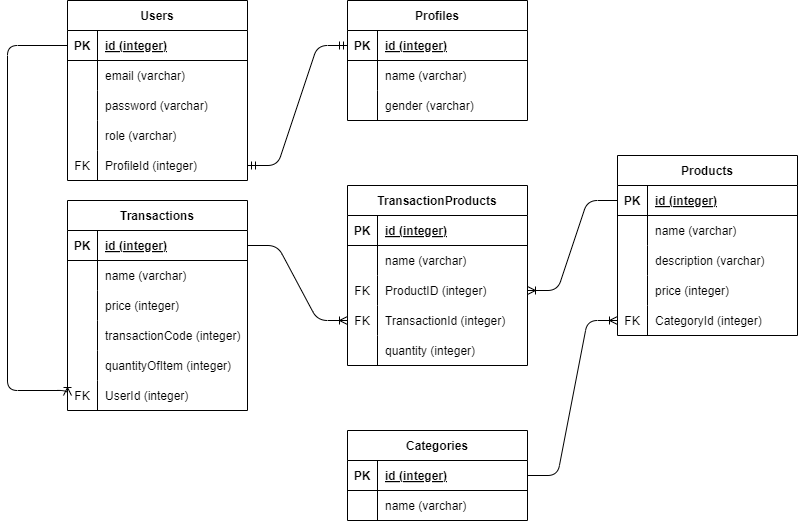
FildzaHadyan/Pair_Project_Ecommerce keeps this draw.io diagram as ERD.drawio.png. Above is the earlier version. Source tidied: cells renumbered, new cells last; positions are measured from the earlier drawing's top-left corner, leaving out a move shared by most shapes.
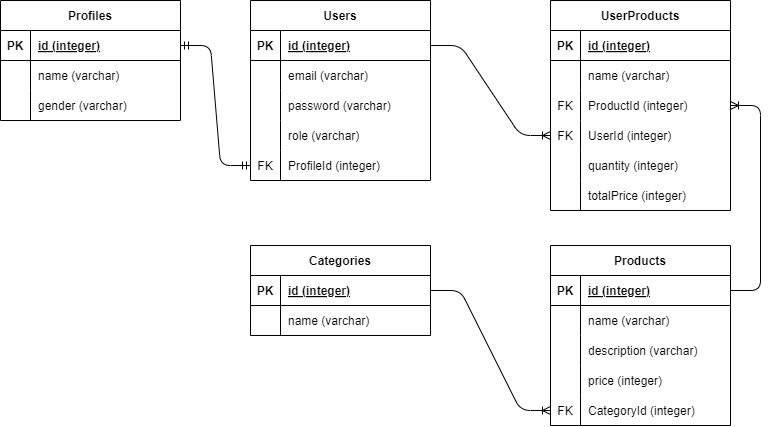
Above is the later version.

Diff of the diagram source:
```diff
@@ -3,7 +3,7 @@
     <mxCell id="0" />
     <mxCell id="1" parent="0" />
     <mxCell id="2" value="Users" style="shape=table;startSize=30;rowLines=0;fontStyle=1;align=center;" parent="1" vertex="1">
-      <mxGeometry x="60" width="180" height="180" as="geometry" />
+      <mxGeometry x="290" y="5" width="180" height="180" as="geometry" />
     </mxCell>
     <mxCell id="3" style="shape=tableRow;horizontal=0;startSize=0;swimlaneHead=0;swimlaneBody=0;fillColor=none;points=[[0,0.5],[1,0.5]];portConstraint=eastwest;top=0;left=0;right=0;bottom=1;" parent="2" vertex="1">
       <mxGeometry y="30" width="180" height="30" as="geometry" />
@@ -51,7 +51,7 @@
       <mxGeometry x="30" width="150" height="30" as="geometry" />
     </mxCell>
     <mxCell id="18" value="Profiles" style="shape=table;startSize=30;rowLines=0;fontStyle=1;align=center;" parent="1" vertex="1">
-      <mxGeometry x="340" width="180" height="120" as="geometry" />
+      <mxGeometry x="40" y="5" width="180" height="120" as="geometry" />
     </mxCell>
     <mxCell id="19" style="shape=tableRow;horizontal=0;startSize=0;swimlaneHead=0;swimlaneBody=0;fillColor=none;points=[[0,0.5],[1,0.5]];portConstraint=eastwest;top=0;left=0;right=0;bottom=1;" parent="18" vertex="1">
       <mxGeometry y="30" width="180" height="30" as="geometry" />
@@ -80,11 +80,8 @@
     <mxCell id="27" value="gender (varchar)" style="shape=partialRectangle;fillColor=none;top=0;left=0;bottom=0;right=0;align=left;spacingLeft=6;overflow=hidden;" parent="25" vertex="1">
       <mxGeometry x="30" width="150" height="30" as="geometry" />
     </mxCell>
-    <mxCell id="28" style="edgeStyle=entityRelationEdgeStyle;fontSize=12;html=1;endArrow=ERmandOne;startArrow=ERmandOne;exitX=1;exitY=0.5;exitDx=0;exitDy=0;entryX=0;entryY=0.5;entryDx=0;entryDy=0;" parent="1" edge="1" source="15" target="19">
-      <mxGeometry relative="1" as="geometry" />
-    </mxCell>
     <mxCell id="29" value="Categories" style="shape=table;startSize=30;rowLines=0;fontStyle=1;align=center;" parent="1" vertex="1">
-      <mxGeometry x="340" y="430" width="180" height="90" as="geometry" />
+      <mxGeometry x="290" y="250" width="180" height="90" as="geometry" />
     </mxCell>
     <mxCell id="30" style="shape=tableRow;horizontal=0;startSize=0;swimlaneHead=0;swimlaneBody=0;fillColor=none;points=[[0,0.5],[1,0.5]];portConstraint=eastwest;top=0;left=0;right=0;bottom=1;" parent="29" vertex="1">
       <mxGeometry y="30" width="180" height="30" as="geometry" />
@@ -104,8 +101,8 @@
     <mxCell id="35" value="name (varchar)" style="shape=partialRectangle;fillColor=none;top=0;left=0;bottom=0;right=0;align=left;spacingLeft=6;overflow=hidden;" parent="33" vertex="1">
       <mxGeometry x="30" width="150" height="30" as="geometry" />
     </mxCell>
-    <mxCell id="36" value="TransactionProducts" style="shape=table;startSize=30;rowLines=0;fontStyle=1;align=center;" parent="1" vertex="1">
-      <mxGeometry x="340" y="185" width="180" height="180" as="geometry" />
+    <mxCell id="36" value="UserProducts" style="shape=table;startSize=30;rowLines=0;fontStyle=1;align=center;" parent="1" vertex="1">
+      <mxGeometry x="590" y="5" width="180" height="210" as="geometry" />
     </mxCell>
     <mxCell id="37" style="shape=tableRow;horizontal=0;startSize=0;swimlaneHead=0;swimlaneBody=0;fillColor=none;top=0;left=0;right=0;bottom=1;" parent="36" vertex="1">
       <mxGeometry y="30" width="180" height="30" as="geometry" />
@@ -131,7 +128,7 @@
     <mxCell id="44" value="FK" style="shape=partialRectangle;fillColor=none;top=0;left=0;bottom=0;right=0;overflow=hidden;" parent="43" vertex="1">
       <mxGeometry width="30" height="30" as="geometry" />
     </mxCell>
-    <mxCell id="45" value="ProductID (integer)" style="shape=partialRectangle;fillColor=none;top=0;left=0;bottom=0;right=0;align=left;spacingLeft=6;overflow=hidden;" parent="43" vertex="1">
+    <mxCell id="45" value="ProductId (integer)" style="shape=partialRectangle;fillColor=none;top=0;left=0;bottom=0;right=0;align=left;spacingLeft=6;overflow=hidden;" parent="43" vertex="1">
       <mxGeometry x="30" width="150" height="30" as="geometry" />
     </mxCell>
     <mxCell id="46" style="shape=tableRow;horizontal=0;startSize=0;swimlaneHead=0;swimlaneBody=0;fillColor=none;points=[[0,0.5],[1,0.5]];portConstraint=eastwest;top=0;left=0;right=0;bottom=0;" parent="36" vertex="1">
@@ -140,7 +137,7 @@
     <mxCell id="47" value="FK" style="shape=partialRectangle;fillColor=none;top=0;left=0;bottom=0;right=0;overflow=hidden;" parent="46" vertex="1">
       <mxGeometry width="30" height="30" as="geometry" />
     </mxCell>
-    <mxCell id="48" value="TransactionId (integer)" style="shape=partialRectangle;fillColor=none;top=0;left=0;bottom=0;right=0;align=left;spacingLeft=6;overflow=hidden;" parent="46" vertex="1">
+    <mxCell id="48" value="UserId (integer)" style="shape=partialRectangle;fillColor=none;top=0;left=0;bottom=0;right=0;align=left;spacingLeft=6;overflow=hidden;" parent="46" vertex="1">
       <mxGeometry x="30" width="150" height="30" as="geometry" />
     </mxCell>
     <mxCell id="49" style="shape=tableRow;horizontal=0;startSize=0;swimlaneHead=0;swimlaneBody=0;fillColor=none;top=0;left=0;right=0;bottom=0;" parent="36" vertex="1">
@@ -152,8 +149,17 @@
     <mxCell id="51" value="quantity (integer)" style="shape=partialRectangle;fillColor=none;top=0;left=0;bottom=0;right=0;align=left;spacingLeft=6;overflow=hidden;" parent="49" vertex="1">
       <mxGeometry x="30" width="150" height="30" as="geometry" />
     </mxCell>
+    <mxCell id="84" style="shape=tableRow;horizontal=0;startSize=0;swimlaneHead=0;swimlaneBody=0;fillColor=none;points=[[0,0.5],[1,0.5]];portConstraint=eastwest;top=0;left=0;right=0;bottom=0;" parent="36" vertex="1">
+      <mxGeometry y="180" width="180" height="30" as="geometry" />
+    </mxCell>
+    <mxCell id="91" style="shape=partialRectangle;fillColor=none;top=0;left=0;bottom=0;right=0;overflow=hidden;" parent="84" vertex="1">
+      <mxGeometry width="30" height="30" as="geometry" />
+    </mxCell>
+    <mxCell id="92" value="totalPrice (integer)" style="shape=partialRectangle;fillColor=none;top=0;left=0;bottom=0;right=0;align=left;spacingLeft=6;overflow=hidden;" parent="84" vertex="1">
+      <mxGeometry x="30" width="150" height="30" as="geometry" />
+    </mxCell>
     <mxCell id="52" value="Products" style="shape=table;startSize=30;rowLines=0;fontStyle=1;align=center;" parent="1" vertex="1">
-      <mxGeometry x="610" y="155" width="180" height="180" as="geometry" />
+      <mxGeometry x="590" y="250" width="180" height="180" as="geometry" />
     </mxCell>
     <mxCell id="53" style="shape=tableRow;horizontal=0;startSize=0;swimlaneHead=0;swimlaneBody=0;fillColor=none;points=[[0,0.5],[1,0.5]];portConstraint=eastwest;top=0;left=0;right=0;bottom=1;" parent="52" vertex="1">
       <mxGeometry y="30" width="180" height="30" as="geometry" />
@@ -200,80 +206,22 @@
     <mxCell id="67" value="CategoryId (integer)" style="shape=partialRectangle;fillColor=none;top=0;left=0;bottom=0;right=0;align=left;spacingLeft=6;overflow=hidden;" parent="65" vertex="1">
       <mxGeometry x="30" width="150" height="30" as="geometry" />
     </mxCell>
-    <mxCell id="68" value="Transactions" style="shape=table;startSize=30;rowLines=0;fontStyle=1;align=center;" parent="1" vertex="1">
-      <mxGeometry x="60" y="200" width="180" height="210" as="geometry" />
-    </mxCell>
-    <mxCell id="69" style="shape=tableRow;horizontal=0;startSize=0;swimlaneHead=0;swimlaneBody=0;fillColor=none;points=[[0,0.5],[1,0.5]];portConstraint=eastwest;top=0;left=0;right=0;bottom=1;" parent="68" vertex="1">
-      <mxGeometry y="30" width="180" height="30" as="geometry" />
-    </mxCell>
-    <mxCell id="70" value="PK" style="shape=partialRectangle;fillColor=none;top=0;left=0;bottom=0;right=0;fontStyle=1;overflow=hidden;" parent="69" vertex="1">
-      <mxGeometry width="30" height="30" as="geometry" />
-    </mxCell>
-    <mxCell id="71" value="id (integer)" style="shape=partialRectangle;fillColor=none;top=0;left=0;bottom=0;right=0;align=left;spacingLeft=6;fontStyle=5;overflow=hidden;" parent="69" vertex="1">
-      <mxGeometry x="30" width="150" height="30" as="geometry" />
-    </mxCell>
-    <mxCell id="72" style="shape=tableRow;horizontal=0;startSize=0;swimlaneHead=0;swimlaneBody=0;fillColor=none;top=0;left=0;right=0;bottom=0;" parent="68" vertex="1">
-      <mxGeometry y="60" width="180" height="30" as="geometry" />
-    </mxCell>
-    <mxCell id="73" style="shape=partialRectangle;fillColor=none;top=0;left=0;bottom=0;right=0;overflow=hidden;" parent="72" vertex="1">
-      <mxGeometry width="30" height="30" as="geometry" />
-    </mxCell>
-    <mxCell id="74" value="name (varchar)" style="shape=partialRectangle;fillColor=none;top=0;left=0;bottom=0;right=0;align=left;spacingLeft=6;overflow=hidden;" parent="72" vertex="1">
-      <mxGeometry x="30" width="150" height="30" as="geometry" />
-    </mxCell>
-    <mxCell id="75" style="shape=tableRow;horizontal=0;startSize=0;swimlaneHead=0;swimlaneBody=0;fillColor=none;top=0;left=0;right=0;bottom=0;" parent="68" vertex="1">
-      <mxGeometry y="90" width="180" height="30" as="geometry" />
-    </mxCell>
-    <mxCell id="76" style="shape=partialRectangle;fillColor=none;top=0;left=0;bottom=0;right=0;overflow=hidden;" parent="75" vertex="1">
-      <mxGeometry width="30" height="30" as="geometry" />
-    </mxCell>
-    <mxCell id="77" value="price (integer)" style="shape=partialRectangle;fillColor=none;top=0;left=0;bottom=0;right=0;align=left;spacingLeft=6;overflow=hidden;" parent="75" vertex="1">
-      <mxGeometry x="30" width="150" height="30" as="geometry" />
-    </mxCell>
-    <mxCell id="78" style="shape=tableRow;horizontal=0;startSize=0;swimlaneHead=0;swimlaneBody=0;fillColor=none;top=0;left=0;right=0;bottom=0;" parent="68" vertex="1">
-      <mxGeometry y="120" width="180" height="30" as="geometry" />
-    </mxCell>
-    <mxCell id="79" style="shape=partialRectangle;fillColor=none;top=0;left=0;bottom=0;right=0;overflow=hidden;" parent="78" vertex="1">
-      <mxGeometry width="30" height="30" as="geometry" />
-    </mxCell>
-    <mxCell id="80" value="transactionCode (integer)" style="shape=partialRectangle;fillColor=none;top=0;left=0;bottom=0;right=0;align=left;spacingLeft=6;overflow=hidden;" parent="78" vertex="1">
-      <mxGeometry x="30" width="150" height="30" as="geometry" />
-    </mxCell>
-    <mxCell id="81" style="shape=tableRow;horizontal=0;startSize=0;swimlaneHead=0;swimlaneBody=0;fillColor=none;top=0;left=0;right=0;bottom=0;" parent="68" vertex="1">
-      <mxGeometry y="150" width="180" height="30" as="geometry" />
-    </mxCell>
-    <mxCell id="82" style="shape=partialRectangle;fillColor=none;top=0;left=0;bottom=0;right=0;overflow=hidden;" parent="81" vertex="1">
-      <mxGeometry width="30" height="30" as="geometry" />
-    </mxCell>
-    <mxCell id="83" value="quantityOfItem (integer)" style="shape=partialRectangle;fillColor=none;top=0;left=0;bottom=0;right=0;align=left;spacingLeft=6;overflow=hidden;" parent="81" vertex="1">
-      <mxGeometry x="30" width="150" height="30" as="geometry" />
-    </mxCell>
-    <mxCell id="84" style="shape=tableRow;horizontal=0;startSize=0;swimlaneHead=0;swimlaneBody=0;fillColor=none;points=[[0,0.5],[1,0.5]];portConstraint=eastwest;top=0;left=0;right=0;bottom=0;" parent="68" vertex="1">
-      <mxGeometry y="180" width="180" height="30" as="geometry" />
-    </mxCell>
-    <mxCell id="85" value="FK" style="shape=partialRectangle;fillColor=none;top=0;left=0;bottom=0;right=0;overflow=hidden;" parent="84" vertex="1">
-      <mxGeometry width="30" height="30" as="geometry" />
-    </mxCell>
-    <mxCell id="86" value="UserId (integer)" style="shape=partialRectangle;fillColor=none;top=0;left=0;bottom=0;right=0;align=left;spacingLeft=6;overflow=hidden;" parent="84" vertex="1">
-      <mxGeometry x="30" width="150" height="30" as="geometry" />
-    </mxCell>
-    <mxCell id="87" style="edgeStyle=orthogonalEdgeStyle;fontSize=12;html=1;endArrow=ERoneToMany;exitX=0;exitY=0.5;exitDx=0;exitDy=0;entryX=0;entryY=0.5;entryDx=0;entryDy=0;" parent="1" edge="1" source="3" target="84">
-      <mxGeometry relative="1" as="geometry">
-        <Array as="points">
-          <mxPoint y="45" />
-          <mxPoint y="390" />
-          <mxPoint x="60" y="390" />
-        </Array>
-      </mxGeometry>
-    </mxCell>
-    <mxCell id="88" style="edgeStyle=entityRelationEdgeStyle;fontSize=12;html=1;endArrow=ERoneToMany;exitX=1;exitY=0.5;exitDx=0;exitDy=0;entryX=0;entryY=0.5;entryDx=0;entryDy=0;" parent="1" edge="1" source="69" target="46">
-      <mxGeometry relative="1" as="geometry" />
-    </mxCell>
-    <mxCell id="89" style="edgeStyle=entityRelationEdgeStyle;fontSize=12;html=1;endArrow=ERoneToMany;exitX=0;exitY=0.5;exitDx=0;exitDy=0;entryX=1;entryY=0.5;entryDx=0;entryDy=0;" parent="1" edge="1" source="53" target="43">
-      <mxGeometry relative="1" as="geometry" />
+    <mxCell id="89" style="edgeStyle=orthogonalEdgeStyle;fontSize=12;html=1;endArrow=ERoneToMany;entryX=1;entryY=0.5;entryDx=0;entryDy=0;exitX=1;exitY=0.5;exitDx=0;exitDy=0;" parent="1" edge="1" source="53" target="43">
+      <mxGeometry relative="1" as="geometry">
+        <Array as="points">
+          <mxPoint x="800" y="295" />
+          <mxPoint x="800" y="110" />
+        </Array>
+      </mxGeometry>
     </mxCell>
     <mxCell id="90" style="edgeStyle=entityRelationEdgeStyle;fontSize=12;html=1;endArrow=ERoneToMany;exitX=1;exitY=0.5;exitDx=0;exitDy=0;entryX=0;entryY=0.5;entryDx=0;entryDy=0;" parent="1" edge="1" source="30" target="65">
       <mxGeometry relative="1" as="geometry" />
     </mxCell>
+    <mxCell id="93" style="edgeStyle=entityRelationEdgeStyle;fontSize=12;html=1;endArrow=ERmandOne;startArrow=ERmandOne;exitX=1;exitY=0.5;exitDx=0;exitDy=0;entryX=0;entryY=0.5;entryDx=0;entryDy=0;" parent="1" edge="1" source="19" target="15">
+      <mxGeometry relative="1" as="geometry" />
+    </mxCell>
+    <mxCell id="94" style="edgeStyle=entityRelationEdgeStyle;fontSize=12;html=1;endArrow=ERoneToMany;exitX=1;exitY=0.5;exitDx=0;exitDy=0;entryX=0;entryY=0.5;entryDx=0;entryDy=0;" parent="1" edge="1" source="3" target="46">
+      <mxGeometry relative="1" as="geometry" />
+    </mxCell>
   </root>
 </mxGraphModel>
```
